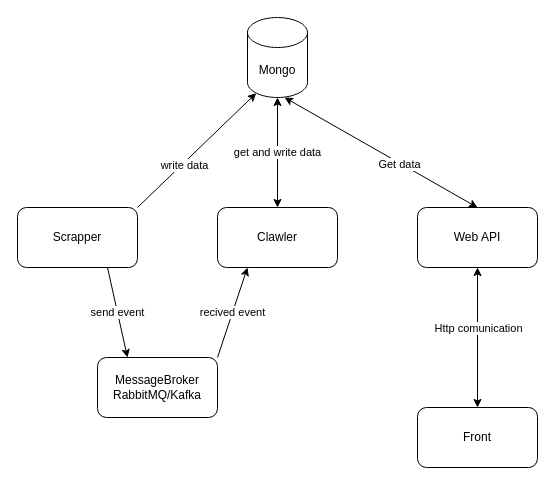
flapek/programmingProject-UE keeps this draw.io diagram as diagrams/architecture.drawio. Above is the earlier version. Source tidied: cells renumbered, new cells numbered last; positions are measured from the earlier drawing's top-left corner, leaving out a move shared by most shapes. Both pictures are drawn from the tidied source at 100%, with x=0, y=0 at pixel (17, 17).
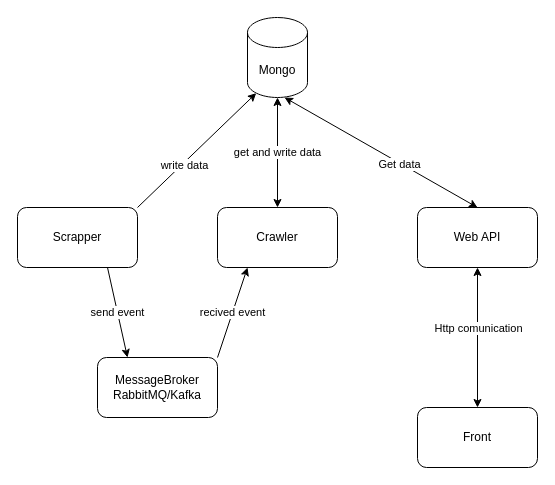
After the change.

Diff of the diagram source:
```diff
@@
 <mxGraphModel>
   <root>
     <mxCell id="0" />
     <mxCell id="1" parent="0" />
     <mxCell id="2" value="Front" style="rounded=1;whiteSpace=wrap;html=1;" parent="1" vertex="1">
       <mxGeometry x="400" y="390" width="120" height="60" as="geometry" />
     </mxCell>
     <mxCell id="3" value="Scrapper" style="rounded=1;whiteSpace=wrap;html=1;" parent="1" vertex="1">
       <mxGeometry y="190" width="120" height="60" as="geometry" />
     </mxCell>
-    <mxCell id="4" value="Clawler" style="rounded=1;whiteSpace=wrap;html=1;" parent="1" vertex="1">
+    <mxCell id="4" value="Crawler" style="rounded=1;whiteSpace=wrap;html=1;" parent="1" vertex="1">
       <mxGeometry x="200" y="190" width="120" height="60" as="geometry" />
     </mxCell>
     <mxCell id="5" value="Web API" style="rounded=1;whiteSpace=wrap;html=1;" parent="1" vertex="1">
       <mxGeometry x="400" y="190" width="120" height="60" as="geometry" />
     </mxCell>
     <mxCell id="6" value="Mongo" style="shape=cylinder3;whiteSpace=wrap;html=1;boundedLbl=1;backgroundOutline=1;size=15;" parent="1" vertex="1">
       <mxGeometry x="230" width="60" height="80" as="geometry" />
     </mxCell>
     <mxCell id="7" value="MessageBroker&lt;br&gt;RabbitMQ/Kafka" style="rounded=1;whiteSpace=wrap;html=1;" parent="1" vertex="1">
       <mxGeometry x="80" y="340" width="120" height="60" as="geometry" />
     </mxCell>
     <mxCell id="8" value="send event" style="edgeStyle=none;html=1;exitX=0.75;exitY=1;exitDx=0;exitDy=0;entryX=0.25;entryY=0;entryDx=0;entryDy=0;shadow=0;" parent="1" edge="1" source="3" target="7">
       <mxGeometry relative="1" as="geometry" />
     </mxCell>
     <mxCell id="9" style="endArrow=classic;html=1;shadow=0;exitX=1;exitY=0;exitDx=0;exitDy=0;entryX=0.145;entryY=1;entryDx=0;entryDy=-4.35;entryPerimeter=0;startArrow=none;startFill=0;endFill=1;" parent="1" edge="1" source="3" target="6">
       <mxGeometry relative="1" as="geometry" />
     </mxCell>
     <mxCell id="10" value="write data" style="edgeLabel;html=1;align=center;verticalAlign=middle;" parent="9" vertex="1">
       <mxGeometry x="-0.24" y="-2" relative="1" as="geometry" />
     </mxCell>
     <mxCell id="11" value="recived event" style="edgeStyle=none;html=1;exitX=1;exitY=0;exitDx=0;exitDy=0;shadow=0;entryX=0.25;entryY=1;entryDx=0;entryDy=0;" parent="1" edge="1" source="7" target="4">
       <mxGeometry relative="1" as="geometry" />
     </mxCell>
     <mxCell id="12" value="get and write data" style="endArrow=classic;html=1;shadow=0;exitX=0.5;exitY=0;exitDx=0;exitDy=0;entryX=0.5;entryY=1;entryDx=0;entryDy=0;entryPerimeter=0;startArrow=classic;startFill=1;endFill=1;" parent="1" edge="1" source="4" target="6">
       <mxGeometry relative="1" as="geometry" />
     </mxCell>
     <mxCell id="13" style="endArrow=classic;html=1;shadow=0;exitX=0.617;exitY=1;exitDx=0;exitDy=0;entryX=0.5;entryY=0;entryDx=0;entryDy=0;exitPerimeter=0;startArrow=classic;startFill=1;endFill=1;" parent="1" edge="1" source="6" target="5">
       <mxGeometry relative="1" as="geometry" />
     </mxCell>
     <mxCell id="14" value="Get data" style="edgeLabel;html=1;align=center;verticalAlign=middle;" parent="13" vertex="1">
       <mxGeometry x="0.19" y="-1" relative="1" as="geometry" />
     </mxCell>
     <mxCell id="15" style="endArrow=classic;startArrow=classic;html=1;shadow=0;entryX=0.5;entryY=1;entryDx=0;entryDy=0;exitX=0.5;exitY=0;exitDx=0;exitDy=0;" parent="1" edge="1" source="2" target="5">
       <mxGeometry relative="1" as="geometry" />
     </mxCell>
     <mxCell id="16" value="Http comunication" style="edgeLabel;html=1;align=center;verticalAlign=middle;" parent="15" vertex="1">
       <mxGeometry x="-0.2" y="-3" relative="1" as="geometry">
         <mxPoint x="-3" y="-24" as="offset" />
       </mxGeometry>
     </mxCell>
   </root>
 </mxGraphModel>
```
